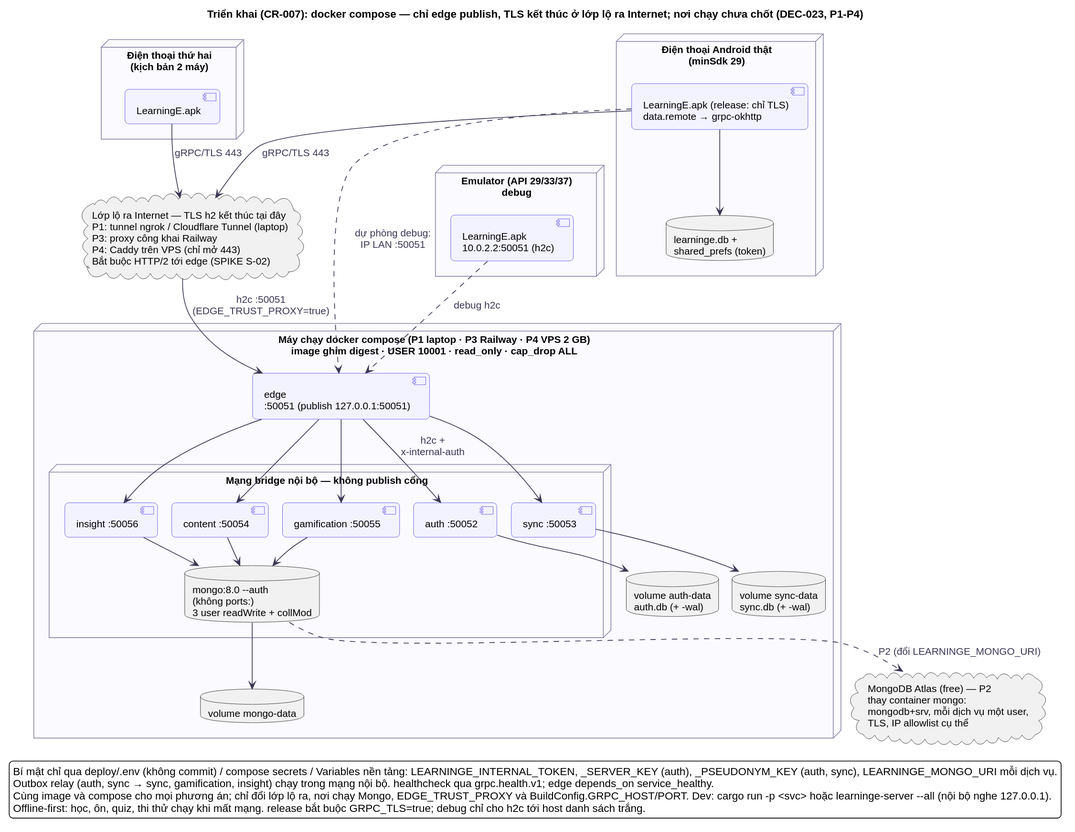
at1308033-sketch/LearningE_app keeps this PlantUML diagram as docs/diagrams/architecture/arc-deployment.svg. Above is the earlier version.
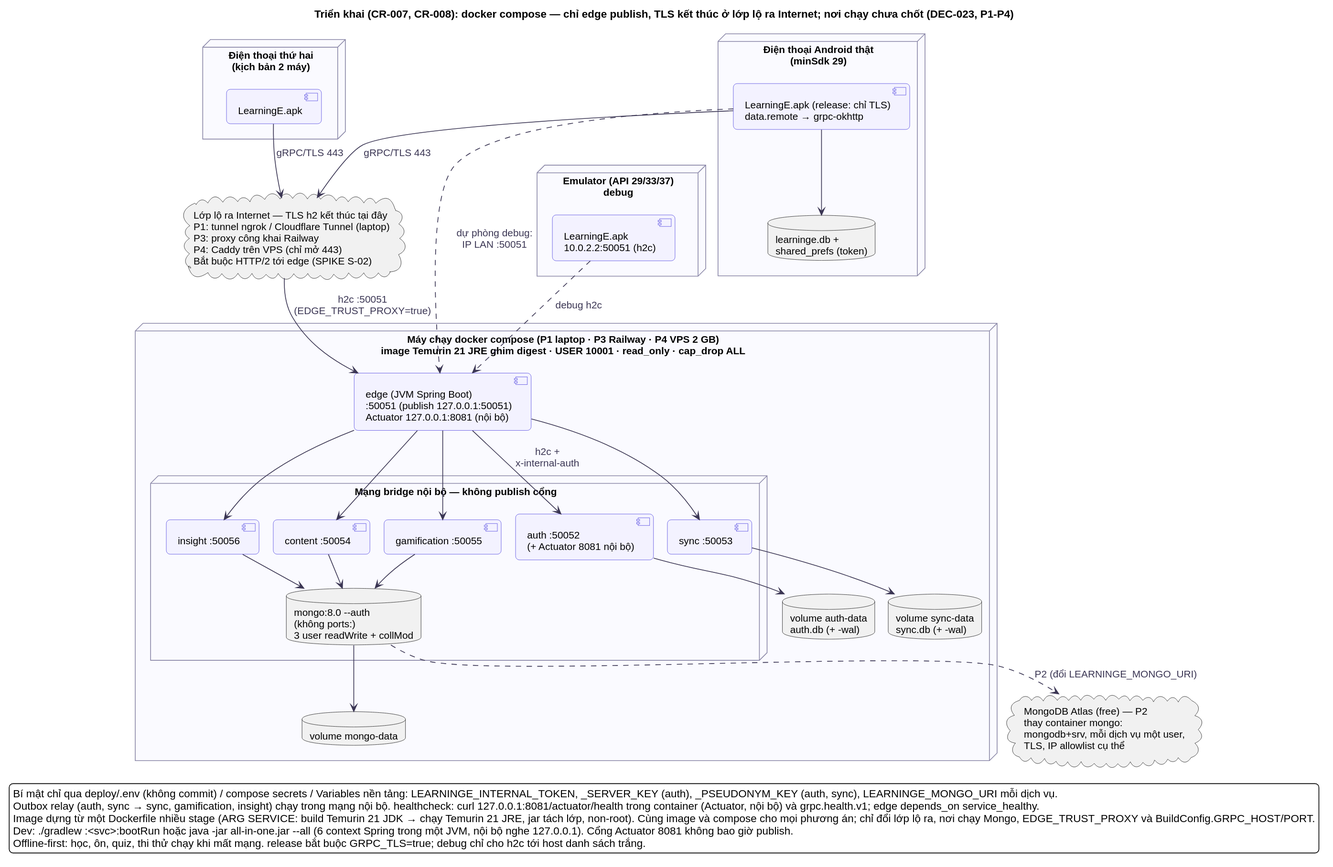
The same diagram one commit later.

Change to the diagram source:
```diff
@@ -1,7 +1,7 @@
 @startuml
 !include ../_style.puml
 skinparam dpi 110
-title Triển khai (CR-007): docker compose — chỉ edge publish, TLS kết thúc ở lớp lộ ra Internet; nơi chạy chưa chốt (DEC-023, P1-P4)
+title Triển khai (CR-007, CR-008): docker compose — chỉ edge publish, TLS kết thúc ở lớp lộ ra Internet; nơi chạy chưa chốt (DEC-023, P1-P4)
 
 node "Điện thoại Android thật\n(minSdk 29)" as PH {
   component "LearningE.apk (release: chỉ TLS)\ndata.remote → grpc-okhttp" as APP
@@ -16,10 +16,10 @@
 
 cloud "Lớp lộ ra Internet — TLS h2 kết thúc tại đây\nP1: tunnel ngrok / Cloudflare Tunnel (laptop)\nP3: proxy công khai Railway\nP4: Caddy trên VPS (chỉ mở 443)\nBắt buộc HTTP/2 tới edge (SPIKE S-02)" as EXPO
 
-node "Máy chạy docker compose (P1 laptop · P3 Railway · P4 VPS 2 GB)\nimage ghim digest · USER 10001 · read_only · cap_drop ALL" as HOST {
-  component "edge\n:50051 (publish 127.0.0.1:50051)" as EDGE
+node "Máy chạy docker compose (P1 laptop · P3 Railway · P4 VPS 2 GB)\nimage Temurin 21 JRE ghim digest · USER 10001 · read_only · cap_drop ALL" as HOST {
+  component "edge (JVM Spring Boot)\n:50051 (publish 127.0.0.1:50051)\nActuator 127.0.0.1:8081 (nội bộ)" as EDGE
   node "Mạng bridge nội bộ — không publish cổng" as NET {
-    component "auth :50052" as AUTH
+    component "auth :50052\n(+ Actuator 8081 nội bộ)" as AUTH
     component "sync :50053" as SYNC
     component "content :50054" as CONT
     component "gamification :50055" as GAME
@@ -55,8 +55,9 @@
 
 legend bottom
   Bí mật chỉ qua deploy/.env (không commit) / compose secrets / Variables nền tảng: LEARNINGE_INTERNAL_TOKEN, _SERVER_KEY (auth), _PSEUDONYM_KEY (auth, sync), LEARNINGE_MONGO_URI mỗi dịch vụ.
-  Outbox relay (auth, sync → sync, gamification, insight) chạy trong mạng nội bộ. healthcheck qua grpc.health.v1; edge depends_on service_healthy.
-  Cùng image và compose cho mọi phương án; chỉ đổi lớp lộ ra, nơi chạy Mongo, EDGE_TRUST_PROXY và BuildConfig.GRPC_HOST/PORT. Dev: cargo run -p <svc> hoặc learninge-server --all (nội bộ nghe 127.0.0.1).
+  Outbox relay (auth, sync → sync, gamification, insight) chạy trong mạng nội bộ. healthcheck: curl 127.0.0.1:8081/actuator/health trong container (Actuator, nội bộ) và grpc.health.v1; edge depends_on service_healthy.
+  Image dựng từ một Dockerfile nhiều stage (ARG SERVICE: build Temurin 21 JDK → chạy Temurin 21 JRE, jar tách lớp, non-root). Cùng image và compose cho mọi phương án; chỉ đổi lớp lộ ra, nơi chạy Mongo, EDGE_TRUST_PROXY và BuildConfig.GRPC_HOST/PORT.
+  Dev: ./gradlew :<svc>:bootRun hoặc java -jar all-in-one.jar --all (6 context Spring trong một JVM, nội bộ nghe 127.0.0.1). Cổng Actuator 8081 không bao giờ publish.
   Offline-first: học, ôn, quiz, thi thử chạy khi mất mạng. release bắt buộc GRPC_TLS=true; debug chỉ cho h2c tới host danh sách trắng.
 endlegend
 @enduml
```
